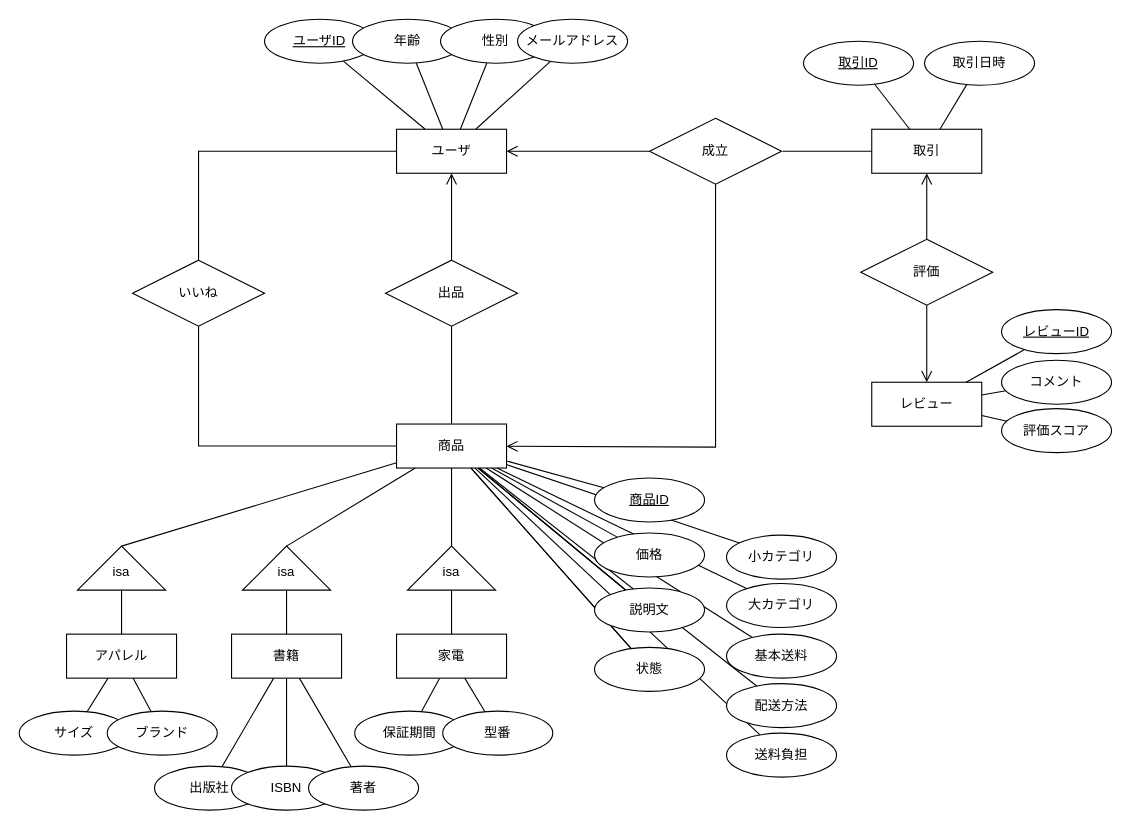
Earlier version of the draw.io diagram page "Page-1" (1 of 2) of figure/design-and-analysis-example/fleamarket-er-diagram.drawio (trycycle/database-textbook-draft). Source tidied: cells renumbered, new cells numbered last; positions are measured from the earlier drawing's top-left corner, leaving out a move shared by most shapes. Both pictures are drawn from the tidied source at 110%, with x=0, y=0 at pixel (19, 19).
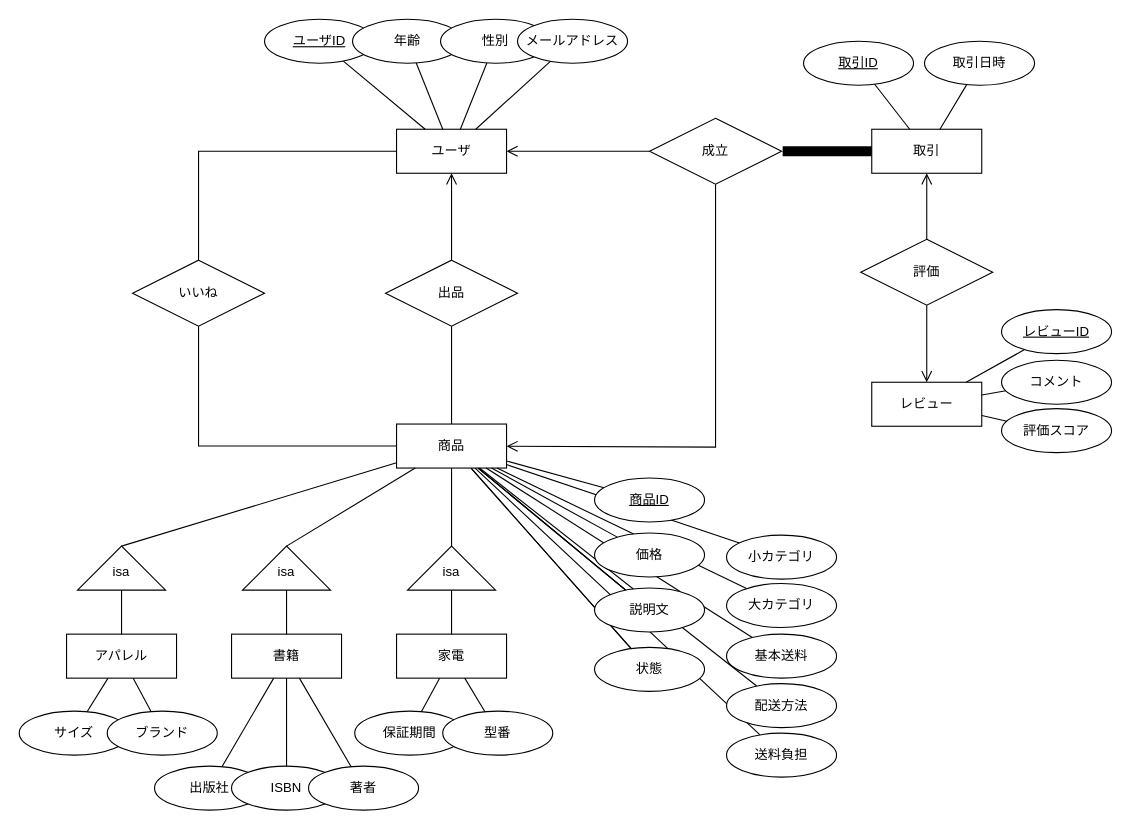
The same diagram, later.

The change refers to these unchanged cells:
```xml
<mxCell id="7" value="取引" style="whiteSpace=wrap;html=1;align=center;" parent="1" vertex="1">
  <mxGeometry x="775" y="100" width="100" height="40" as="geometry" />
</mxCell>
```

Change to the diagram source:
```diff
@@
-    <mxCell id="31" style="endArrow=none;html=1;rounded=0;fontSize=12;startSize=8;endSize=8;curved=1;endFill=0;" parent="1" edge="1" target="7">
+    <mxCell id="31" style="endArrow=none;html=1;rounded=0;fontSize=12;startSize=8;endSize=8;curved=1;endFill=0;strokeWidth=9;" parent="1" edge="1" target="7">
       <mxGeometry relative="1" as="geometry">
         <mxPoint x="694" y="120" as="sourcePoint" />
       </mxGeometry>
     </mxCell>
```
